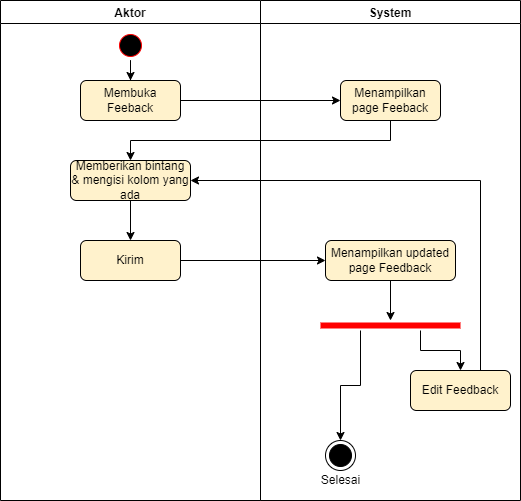
Zkavolo/Classico-Project keeps this draw.io diagram as Diagrams/Activity Diagram Registered/AD_Feeback.png. Above is the earlier version. Source tidied: cells renumbered, new cells last; positions are measured from the earlier drawing's top-left corner, leaving out a move shared by most shapes.
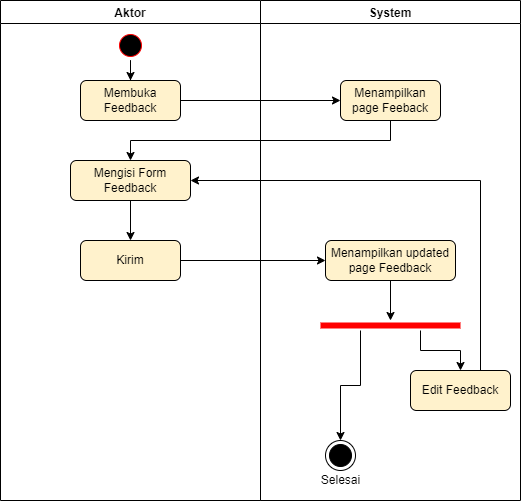
The same file after the commit.

Change to the diagram source:
```diff
@@ -51,13 +51,13 @@
     <mxCell id="14" style="ellipse;html=1;shape=startState;fillColor=#000000;strokeColor=#ff0000;" parent="12" vertex="1">
       <mxGeometry x="115" y="30" width="30" height="30" as="geometry" />
     </mxCell>
-    <mxCell id="15" value="Membuka Feeback" style="rounded=1;whiteSpace=wrap;html=1;fillColor=#fff2cc;strokeColor=default;" parent="12" vertex="1">
+    <mxCell id="15" value="Membuka Feedback" style="rounded=1;whiteSpace=wrap;html=1;fillColor=#fff2cc;strokeColor=default;" parent="12" vertex="1">
       <mxGeometry x="80" y="80" width="100" height="40" as="geometry" />
     </mxCell>
     <mxCell id="16" style="edgeStyle=orthogonalEdgeStyle;rounded=0;jettySize=auto;html=1;" parent="12" edge="1" source="17" target="18">
       <mxGeometry relative="1" as="geometry" />
     </mxCell>
-    <mxCell id="17" value="Memberikan bintang &amp;amp; mengisi kolom yang ada" style="rounded=1;whiteSpace=wrap;html=1;fillColor=#fff2cc;strokeColor=default;" parent="12" vertex="1">
+    <mxCell id="17" value="Mengisi Form Feedback" style="rounded=1;whiteSpace=wrap;html=1;fillColor=#fff2cc;strokeColor=default;" parent="12" vertex="1">
       <mxGeometry x="70" y="160" width="120" height="40" as="geometry" />
     </mxCell>
     <mxCell id="18" value="Kirim" style="rounded=1;whiteSpace=wrap;html=1;fillColor=#fff2cc;strokeColor=default;" parent="12" vertex="1">
```
